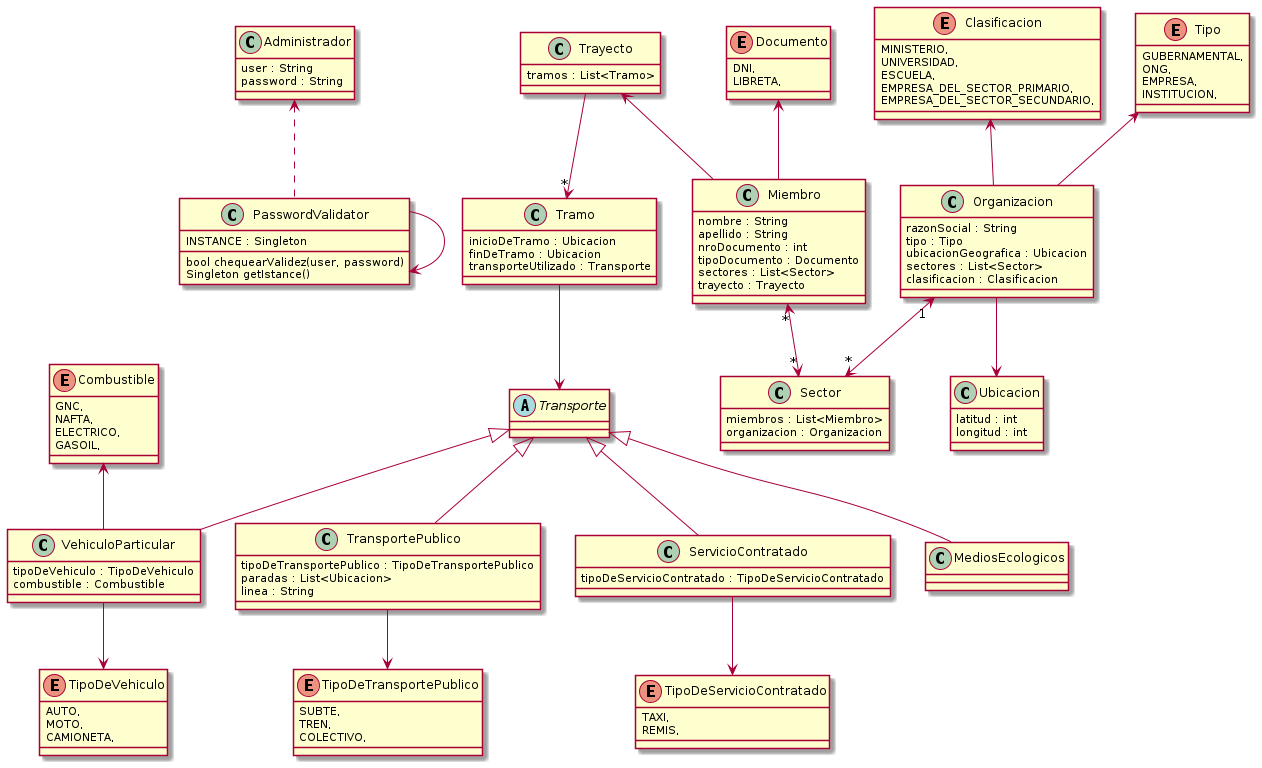
Above: out/Diagrama/TPA-1.png in mbeorlegui/tpa-dds-2022 (PlantUML), before the change.
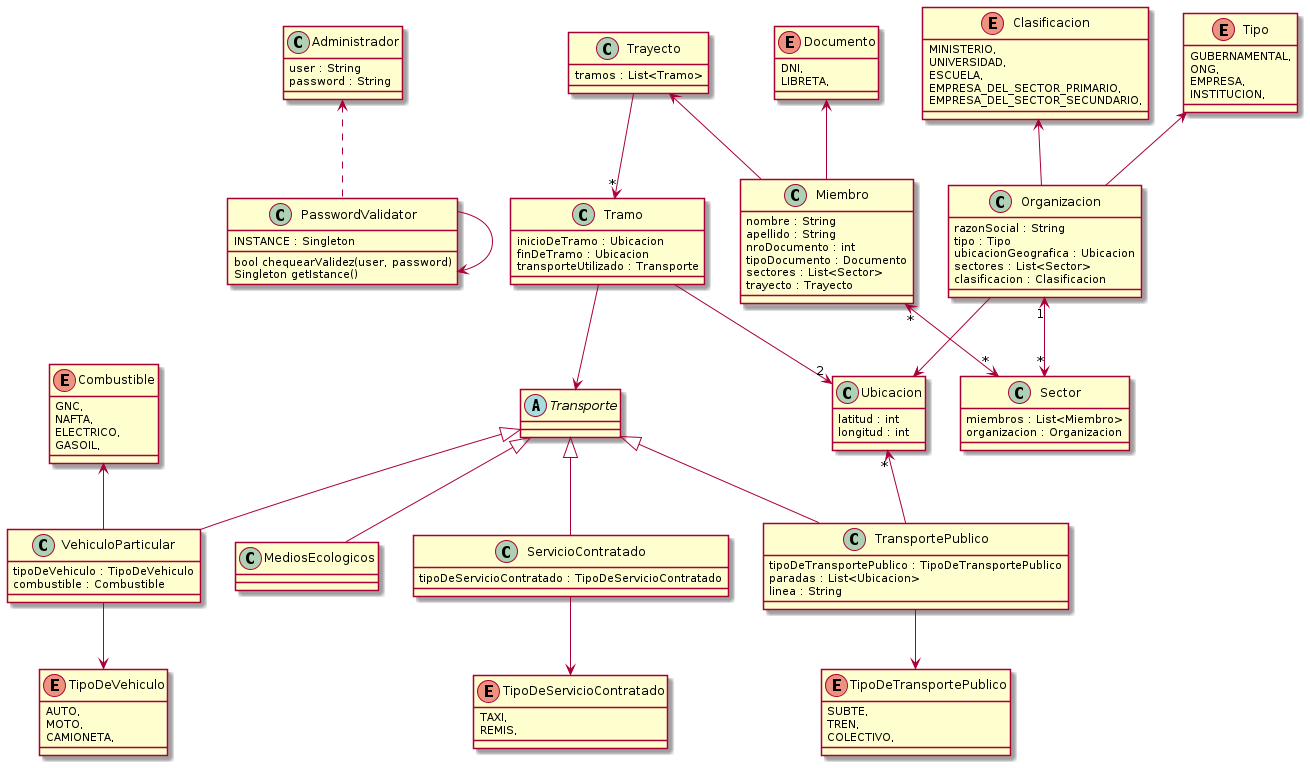
The same file after the commit.

Commit message:
Fix ubicaciones de diagrama

Change to the diagram source:
```diff
@@ -126,8 +126,10 @@
 Trayecto --> "*" Tramo
 Trayecto <-- Miembro
 Tramo --> Transporte
+Tramo -->"2" Ubicacion
+TransportePublico -up->"*" Ubicacion
 TransportePublico --> TipoDeTransportePublico
-VehiculoParticular --> TipoDeVehiculo
+VehiculoParticular -down-> TipoDeVehiculo
 VehiculoParticular -up-> Combustible
 ServicioContratado -down-> TipoDeServicioContratado
 
```
